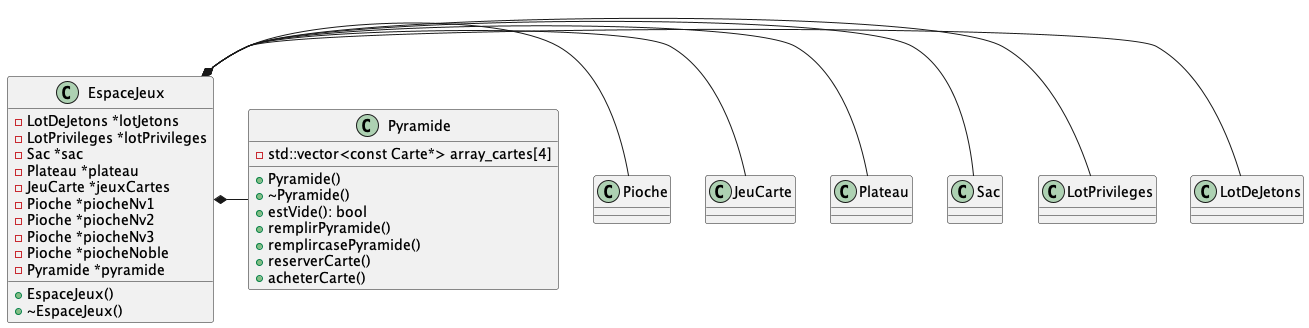
theguega/OOP-Board-Game keeps this PlantUML diagram as uml/partie/espacejeux.png. Above is the earlier version. Source of this version:
```plantuml
@startuml

class Pyramide {
    - std::vector<const Carte*> array_cartes[4]

    + Pyramide()
    + ~Pyramide()
    + estVide(): bool
    + remplirPyramide()
    + remplircasePyramide()
    + reserverCarte()
    + acheterCarte()
}

class EspaceJeux {
    - LotDeJetons *lotJetons
    - LotPrivileges *lotPrivileges
    - Sac *sac
    - Plateau *plateau
    - JeuCarte *jeuxCartes
    - Pioche *piocheNv1
    - Pioche *piocheNv2
    - Pioche *piocheNv3
    - Pioche *piocheNoble
    - Pyramide *pyramide

    + EspaceJeux()
    + ~EspaceJeux()
}


EspaceJeux *- LotDeJetons
EspaceJeux *- LotPrivileges
EspaceJeux *- Sac
EspaceJeux *- Plateau


EspaceJeux *- JeuCarte
EspaceJeux *- Pioche
EspaceJeux *- Pyramide
@enduml
```
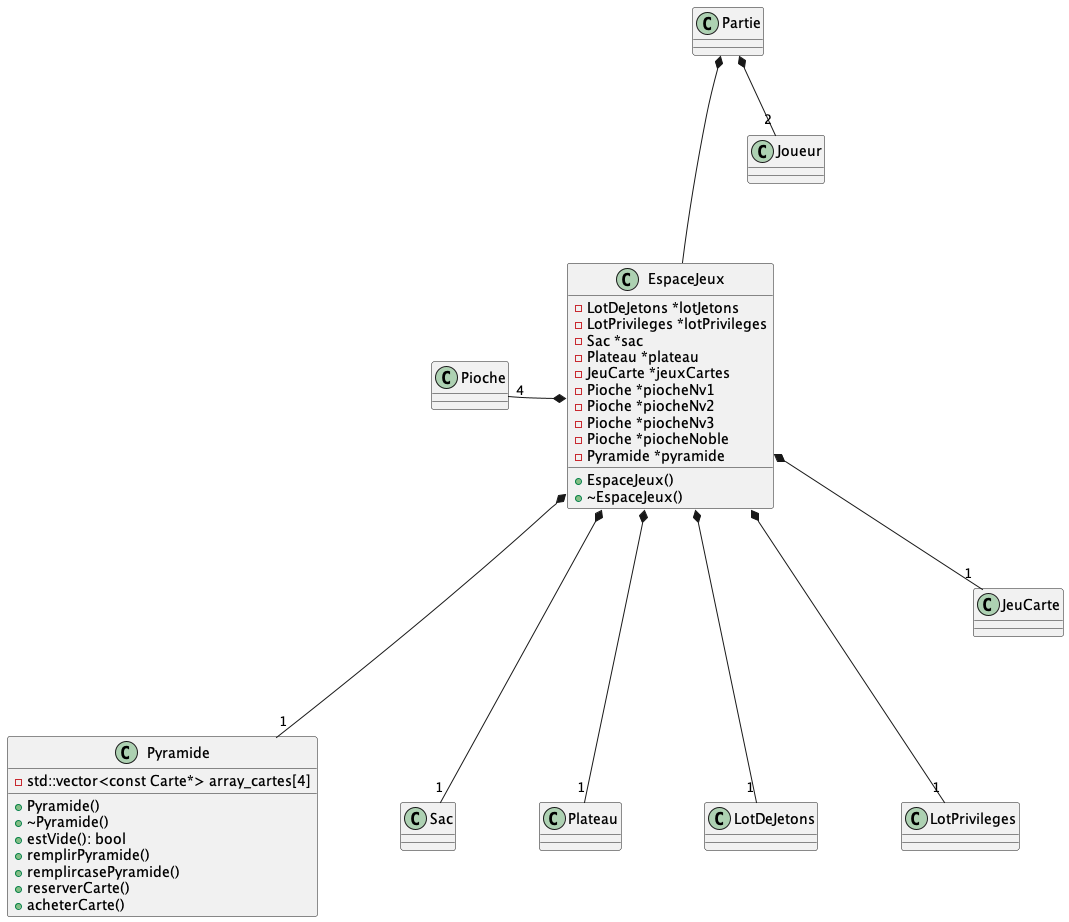
Later version of the same file.

Change to the diagram source:
```diff
@@ -29,13 +29,15 @@
 }
 
 
-EspaceJeux *- LotDeJetons
-EspaceJeux *- LotPrivileges
-EspaceJeux *- Sac
-EspaceJeux *- Plateau
+Partie *--- EspaceJeux
+Partie *--"2" Joueur
 
+EspaceJeux *---"1" Sac
+EspaceJeux *---"1" Pyramide
+EspaceJeux *---"1" Plateau
+EspaceJeux *---"1" LotDeJetons
+EspaceJeux *---"1" LotPrivileges
+EspaceJeux *--"1" JeuCarte
+Pioche "4"-* EspaceJeux
 
-EspaceJeux *- JeuCarte
-EspaceJeux *- Pioche
-EspaceJeux *- Pyramide
 @enduml
```
